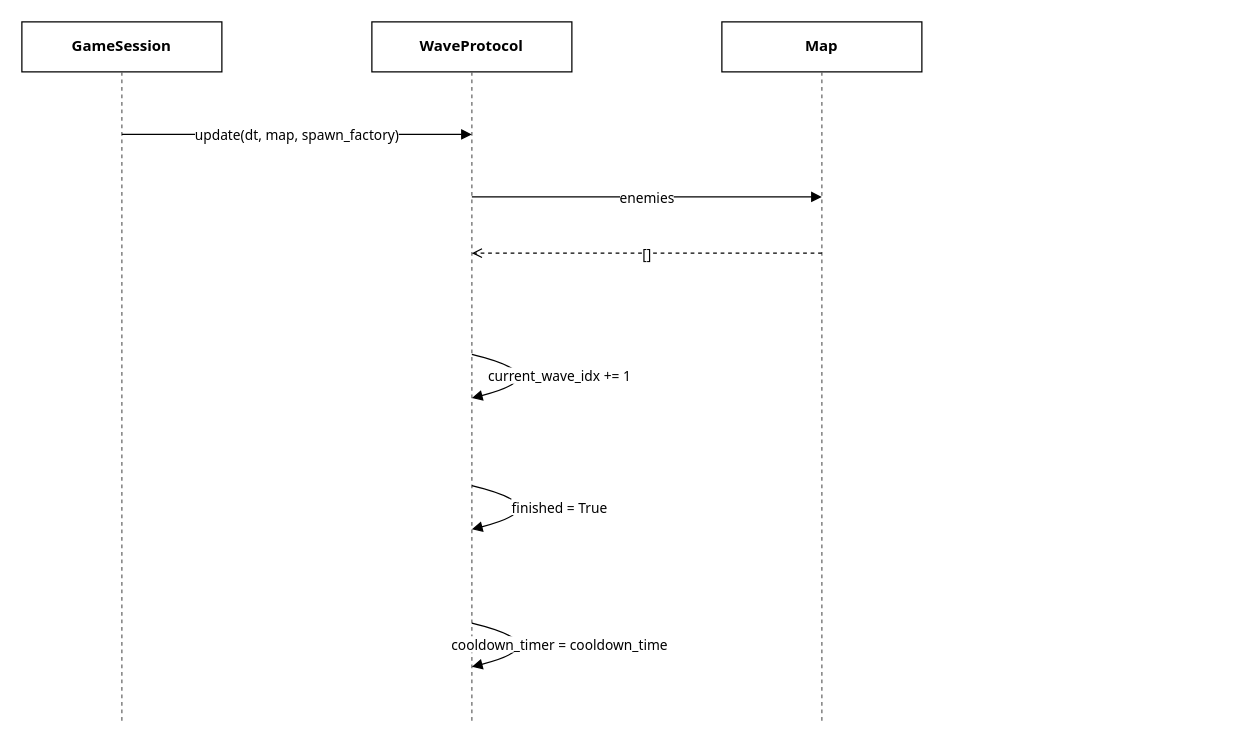
Earlier version of the draw.io diagram page "6. Уничтожение гнезда фауны и награда" (6 of 7) of docs/diagrams/Sequence_diagrams.drawio (Icy-beep/TowerDefense). Source tidied: cells renumbered, new cells numbered last; positions are measured from the earlier drawing's top-left corner, leaving out a move shared by most shapes. Both pictures are drawn from the tidied source at 125%, with x=0, y=0 at pixel (21, 21).
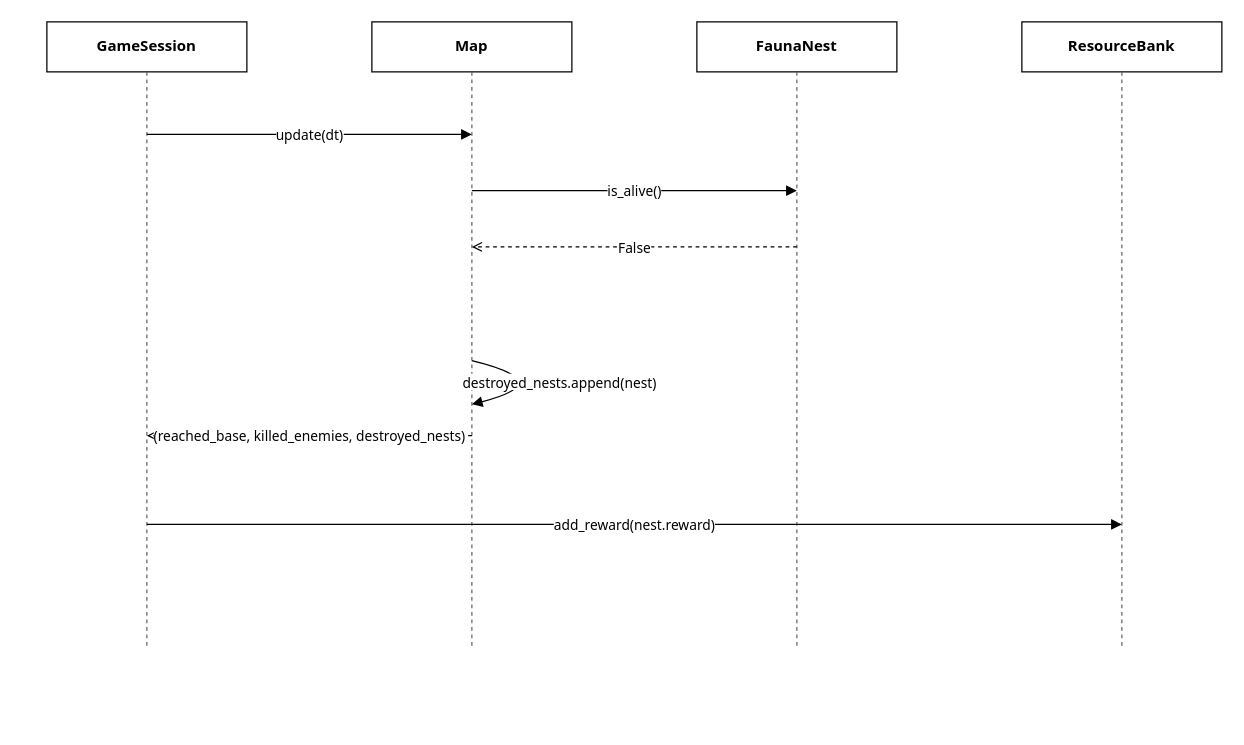
The same diagram, later.

Diff of the diagram source:
```diff
@@
     <mxCell id="2" value="GameSession" style="rounded=0;whiteSpace=wrap;html=1;fontStyle=1;fontFamily=Tahoma;fontSize=12;labelBackgroundColor=none;" parent="1" vertex="1">
-      <mxGeometry width="160" height="40" as="geometry" />
+      <mxGeometry x="20" width="160" height="40" as="geometry" />
     </mxCell>
     <mxCell id="3" style="endArrow=none;dashed=1;html=1;strokeColor=#666666;rounded=0;" parent="1" edge="1">
       <mxGeometry relative="1" as="geometry">
-        <mxPoint x="80" y="40" as="sourcePoint" />
-        <mxPoint x="80" y="560" as="targetPoint" />
+        <mxPoint x="100" y="40" as="sourcePoint" />
+        <mxPoint x="100" y="500" as="targetPoint" />
       </mxGeometry>
     </mxCell>
-    <mxCell id="4" value="WaveProtocol" style="rounded=0;whiteSpace=wrap;html=1;fontStyle=1;fontFamily=Tahoma;fontSize=12;labelBackgroundColor=none;" parent="1" vertex="1">
+    <mxCell id="4" value="Map" style="rounded=0;whiteSpace=wrap;html=1;fontStyle=1;fontFamily=Tahoma;fontSize=12;labelBackgroundColor=none;" parent="1" vertex="1">
       <mxGeometry x="280" width="160" height="40" as="geometry" />
     </mxCell>
     <mxCell id="5" style="endArrow=none;dashed=1;html=1;strokeColor=#666666;rounded=0;" parent="1" edge="1">
       <mxGeometry relative="1" as="geometry">
         <mxPoint x="360" y="40" as="sourcePoint" />
-        <mxPoint x="360" y="560" as="targetPoint" />
+        <mxPoint x="360" y="500" as="targetPoint" />
       </mxGeometry>
     </mxCell>
-    <mxCell id="6" value="Map" style="rounded=0;whiteSpace=wrap;html=1;fontStyle=1;fontFamily=Tahoma;fontSize=12;labelBackgroundColor=none;" parent="1" vertex="1">
-      <mxGeometry x="560" width="160" height="40" as="geometry" />
+    <mxCell id="6" value="FaunaNest" style="rounded=0;whiteSpace=wrap;html=1;fontStyle=1;fontFamily=Tahoma;fontSize=12;labelBackgroundColor=none;" parent="1" vertex="1">
+      <mxGeometry x="540" width="160" height="40" as="geometry" />
     </mxCell>
     <mxCell id="7" style="endArrow=none;dashed=1;html=1;strokeColor=#666666;rounded=0;" parent="1" edge="1">
       <mxGeometry relative="1" as="geometry">
-        <mxPoint x="640" y="40" as="sourcePoint" />
-        <mxPoint x="640" y="560" as="targetPoint" />
+        <mxPoint x="620" y="40" as="sourcePoint" />
+        <mxPoint x="620" y="500" as="targetPoint" />
       </mxGeometry>
     </mxCell>
-    <mxCell id="8" value="update(dt, map, spawn_factory)" style="endArrow=block;endFill=1;html=1;fontFamily=Tahoma;fontSize=11;labelBackgroundColor=default;rounded=0;" parent="1" edge="1">
-      <mxGeometry relative="1" as="geometry">
-        <mxPoint x="80" y="90" as="sourcePoint" />
-        <mxPoint x="360" y="90" as="targetPoint" />
-      </mxGeometry>
-    </mxCell>
-    <mxCell id="9" value="enemies" style="endArrow=block;endFill=1;html=1;fontFamily=Tahoma;fontSize=11;labelBackgroundColor=default;rounded=0;" parent="1" edge="1">
-      <mxGeometry relative="1" as="geometry">
-        <mxPoint x="360" y="140" as="sourcePoint" />
-        <mxPoint x="640" y="140" as="targetPoint" />
-      </mxGeometry>
-    </mxCell>
-    <mxCell id="10" value="[]" style="endArrow=open;endFill=0;dashed=1;html=1;fontFamily=Tahoma;fontSize=11;labelBackgroundColor=default;rounded=0;" parent="1" edge="1">
-      <mxGeometry relative="1" as="geometry">
-        <mxPoint x="640" y="185" as="sourcePoint" />
-        <mxPoint x="360" y="185" as="targetPoint" />
-      </mxGeometry>
-    </mxCell>
+    <mxCell id="14" value="ResourceBank" style="rounded=0;whiteSpace=wrap;html=1;fontStyle=1;fontFamily=Tahoma;fontSize=12;labelBackgroundColor=none;" parent="1" vertex="1">
+      <mxGeometry x="800" width="160" height="40" as="geometry" />
+    </mxCell>
+    <mxCell id="15" style="endArrow=none;dashed=1;html=1;strokeColor=#666666;rounded=0;" parent="1" edge="1">
+      <mxGeometry relative="1" as="geometry">
+        <mxPoint x="880" y="40" as="sourcePoint" />
+        <mxPoint x="880" y="500" as="targetPoint" />
+      </mxGeometry>
+    </mxCell>
-    <mxCell id="11" value="current_wave_idx += 1" style="endArrow=block;endFill=1;html=1;fontFamily=Tahoma;fontSize=11;labelBackgroundColor=default;rounded=0;curved=1;" parent="1" edge="1">
+    <mxCell id="11" value="update(dt)" style="endArrow=block;endFill=1;html=1;fontFamily=Tahoma;fontSize=11;labelBackgroundColor=default;rounded=0;" parent="1" edge="1">
       <mxGeometry relative="1" as="geometry">
-        <mxPoint x="360" y="266" as="sourcePoint" />
-        <mxPoint x="360" y="301" as="targetPoint" />
-        <Array as="points">
-          <mxPoint x="430" y="283" />
-        </Array>
+        <mxPoint x="100" y="90" as="sourcePoint" />
+        <mxPoint x="360" y="90" as="targetPoint" />
       </mxGeometry>
     </mxCell>
+    <mxCell id="16" value="is_alive()" style="endArrow=block;endFill=1;html=1;fontFamily=Tahoma;fontSize=11;labelBackgroundColor=default;rounded=0;" parent="1" edge="1">
+      <mxGeometry relative="1" as="geometry">
+        <mxPoint x="360" y="135" as="sourcePoint" />
+        <mxPoint x="620" y="135" as="targetPoint" />
+      </mxGeometry>
+    </mxCell>
-    <mxCell id="12" value="finished = True" style="endArrow=block;endFill=1;html=1;fontFamily=Tahoma;fontSize=11;labelBackgroundColor=default;rounded=0;curved=1;" parent="1" edge="1">
+    <mxCell id="12" value="False" style="endArrow=open;endFill=0;dashed=1;html=1;fontFamily=Tahoma;fontSize=11;labelBackgroundColor=default;rounded=0;" parent="1" edge="1">
       <mxGeometry relative="1" as="geometry">
-        <mxPoint x="360" y="371" as="sourcePoint" />
-        <mxPoint x="360" y="406" as="targetPoint" />
-        <Array as="points">
-          <mxPoint x="430" y="388" />
-        </Array>
+        <mxPoint x="620" y="180" as="sourcePoint" />
+        <mxPoint x="360" y="180" as="targetPoint" />
       </mxGeometry>
     </mxCell>
-    <mxCell id="13" value="cooldown_timer = cooldown_time" style="endArrow=block;endFill=1;html=1;fontFamily=Tahoma;fontSize=11;labelBackgroundColor=default;rounded=0;curved=1;" parent="1" edge="1">
+    <mxCell id="13" value="destroyed_nests.append(nest)" style="endArrow=block;endFill=1;html=1;fontFamily=Tahoma;fontSize=11;labelBackgroundColor=default;rounded=0;curved=1;" parent="1" edge="1">
       <mxGeometry relative="1" as="geometry">
-        <mxPoint x="360" y="481" as="sourcePoint" />
-        <mxPoint x="360" y="516" as="targetPoint" />
+        <mxPoint x="360" y="271" as="sourcePoint" />
+        <mxPoint x="360" y="306" as="targetPoint" />
         <Array as="points">
-          <mxPoint x="430" y="498" />
+          <mxPoint x="430" y="288" />
         </Array>
       </mxGeometry>
     </mxCell>
+    <mxCell id="17" value="(reached_base, killed_enemies, destroyed_nests)" style="endArrow=open;endFill=0;dashed=1;html=1;fontFamily=Tahoma;fontSize=11;labelBackgroundColor=default;rounded=0;" parent="1" edge="1">
+      <mxGeometry relative="1" as="geometry">
+        <mxPoint x="360" y="331" as="sourcePoint" />
+        <mxPoint x="100" y="331" as="targetPoint" />
+      </mxGeometry>
+    </mxCell>
+    <mxCell id="18" value="add_reward(nest.reward)" style="endArrow=block;endFill=1;html=1;fontFamily=Tahoma;fontSize=11;labelBackgroundColor=default;rounded=0;" parent="1" edge="1">
+      <mxGeometry relative="1" as="geometry">
+        <mxPoint x="100" y="402" as="sourcePoint" />
+        <mxPoint x="880" y="402" as="targetPoint" />
+      </mxGeometry>
+    </mxCell>
```
